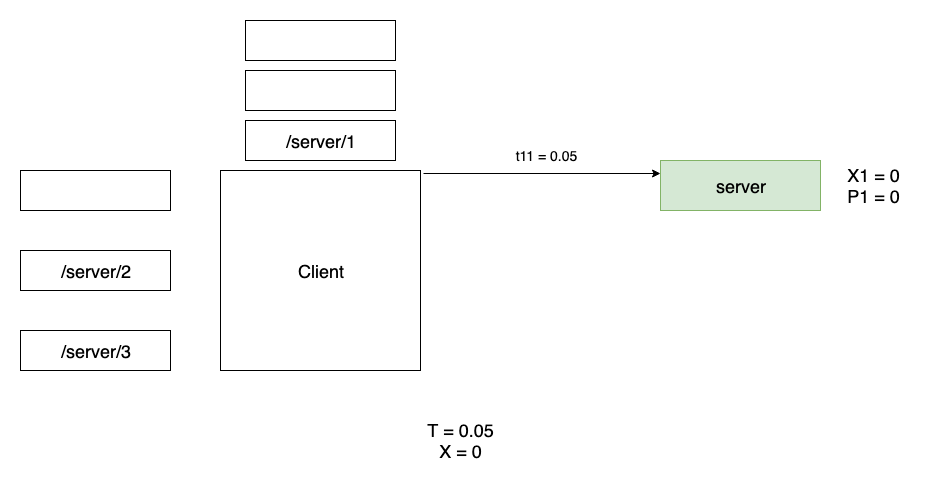
saurabh-hirani/slides keeps this draw.io diagram as decks/grequests-https-talk/images/python-grequests-flow-1.png. Above is the earlier version. Source tidied: cells renumbered, new cells last; positions are measured from the earlier drawing's top-left corner, leaving out a move shared by most shapes. The source it was exported from:
```xml
<mxGraphModel>
  <root>
    <mxCell id="0" />
    <mxCell id="1" parent="0" />
    <mxCell id="2" style="rounded=0;whiteSpace=wrap;html=1;" parent="1" vertex="1">
      <mxGeometry y="150" width="150" height="40" as="geometry" />
    </mxCell>
    <mxCell id="3" value="&lt;span style=&quot;white-space: normal&quot;&gt;&lt;font style=&quot;font-size: 18px&quot;&gt;/server/2&lt;/font&gt;&lt;/span&gt;" style="rounded=0;whiteSpace=wrap;html=1;" parent="1" vertex="1">
      <mxGeometry y="230" width="150" height="40" as="geometry" />
    </mxCell>
    <mxCell id="4" value="&lt;span style=&quot;white-space: normal&quot;&gt;&lt;font style=&quot;font-size: 18px&quot;&gt;/server/3&lt;/font&gt;&lt;/span&gt;" style="rounded=0;whiteSpace=wrap;html=1;" parent="1" vertex="1">
      <mxGeometry y="310" width="150" height="40" as="geometry" />
    </mxCell>
    <mxCell id="5" value="&lt;font style=&quot;font-size: 18px&quot;&gt;Client&lt;/font&gt;" style="whiteSpace=wrap;html=1;" parent="1" vertex="1">
      <mxGeometry x="200" y="150" width="200" height="200" as="geometry" />
    </mxCell>
    <mxCell id="6" style="edgeStyle=orthogonalEdgeStyle;rounded=0;jettySize=auto;html=1;exitX=1.015;exitY=0.015;exitDx=0;exitDy=0;entryX=0;entryY=0.25;entryDx=0;entryDy=0;exitPerimeter=0;" parent="1" edge="1" source="5" target="7">
      <mxGeometry relative="1" as="geometry" />
    </mxCell>
    <mxCell id="7" value="&lt;span style=&quot;white-space: normal&quot;&gt;&lt;font style=&quot;font-size: 18px&quot;&gt;server&lt;br&gt;&lt;/font&gt;&lt;/span&gt;" style="rounded=0;whiteSpace=wrap;html=1;fillColor=#d5e8d4;strokeColor=#82b366;" parent="1" vertex="1">
      <mxGeometry x="640" y="140" width="160" height="50" as="geometry" />
    </mxCell>
    <object id="8" label="&lt;font style=&quot;font-size: 18px&quot;&gt;T = 0.05&lt;br&gt;X = 0&lt;br&gt;&lt;/font&gt;" name="Variable" placeholders="1">
      <mxCell style="text;html=1;strokeColor=none;fillColor=none;align=center;verticalAlign=middle;whiteSpace=wrap;overflow=hidden;" parent="1" vertex="1">
        <mxGeometry y="390" width="880" height="60" as="geometry" />
      </mxCell>
    </object>
    <mxCell id="9" value="&lt;span style=&quot;font-size: 18px ; white-space: normal&quot;&gt;/server/1&lt;/span&gt;" style="rounded=0;whiteSpace=wrap;html=1;" parent="1" vertex="1">
      <mxGeometry x="225" y="100" width="150" height="40" as="geometry" />
    </mxCell>
    <mxCell id="10" style="rounded=0;whiteSpace=wrap;html=1;" parent="1" vertex="1">
      <mxGeometry x="225" y="50" width="150" height="40" as="geometry" />
    </mxCell>
    <mxCell id="11" style="rounded=0;whiteSpace=wrap;html=1;" parent="1" vertex="1">
      <mxGeometry x="225" width="150" height="40" as="geometry" />
    </mxCell>
    <object id="12" label="&lt;font style=&quot;font-size: 14px&quot;&gt;t11 = 0.05&lt;br&gt;&lt;/font&gt;" name="Variable" placeholders="1">
      <mxCell style="text;html=1;strokeColor=none;fillColor=none;align=center;verticalAlign=middle;whiteSpace=wrap;overflow=hidden;" parent="1" vertex="1">
        <mxGeometry x="480" y="120" width="90" height="30" as="geometry" />
      </mxCell>
    </object>
    <object id="13" label="&lt;font style=&quot;font-size: 18px&quot;&gt;X1 = 0&lt;br&gt;P1 = 0&lt;/font&gt;" name="Variable" placeholders="1">
      <mxCell style="text;html=1;strokeColor=none;fillColor=none;align=center;verticalAlign=middle;whiteSpace=wrap;overflow=hidden;" parent="1" vertex="1">
        <mxGeometry x="806" y="140" width="94" height="50" as="geometry" />
      </mxCell>
    </object>
  </root>
</mxGraphModel>
```
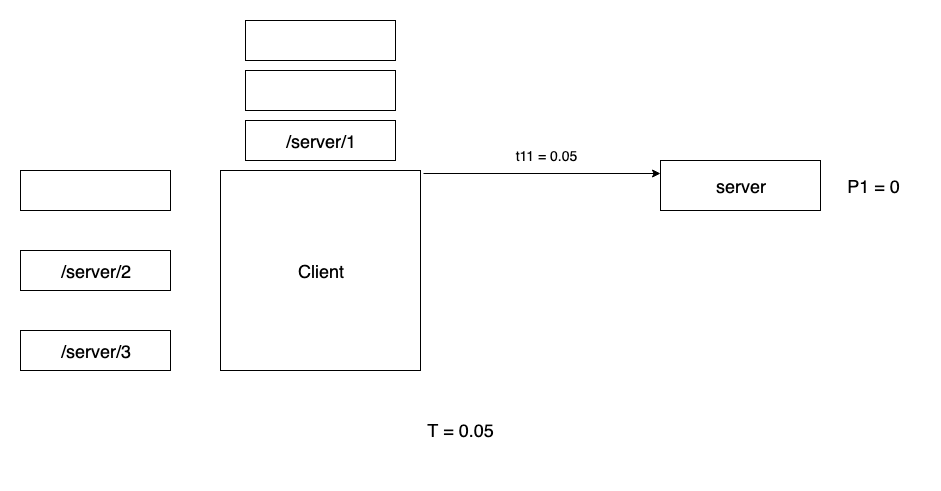
After the change.

The edit, as a diff of the source:
```diff
@@ -17,10 +17,10 @@
     <mxCell id="6" style="edgeStyle=orthogonalEdgeStyle;rounded=0;jettySize=auto;html=1;exitX=1.015;exitY=0.015;exitDx=0;exitDy=0;entryX=0;entryY=0.25;entryDx=0;entryDy=0;exitPerimeter=0;" parent="1" edge="1" source="5" target="7">
       <mxGeometry relative="1" as="geometry" />
     </mxCell>
-    <mxCell id="7" value="&lt;span style=&quot;white-space: normal&quot;&gt;&lt;font style=&quot;font-size: 18px&quot;&gt;server&lt;br&gt;&lt;/font&gt;&lt;/span&gt;" style="rounded=0;whiteSpace=wrap;html=1;fillColor=#d5e8d4;strokeColor=#82b366;" parent="1" vertex="1">
+    <mxCell id="7" value="&lt;span style=&quot;white-space: normal&quot;&gt;&lt;font style=&quot;font-size: 18px&quot;&gt;server&lt;br&gt;&lt;/font&gt;&lt;/span&gt;" style="rounded=0;whiteSpace=wrap;html=1;" parent="1" vertex="1">
       <mxGeometry x="640" y="140" width="160" height="50" as="geometry" />
     </mxCell>
-    <object id="8" label="&lt;font style=&quot;font-size: 18px&quot;&gt;T = 0.05&lt;br&gt;X = 0&lt;br&gt;&lt;/font&gt;" name="Variable" placeholders="1">
+    <object id="8" label="&lt;font style=&quot;font-size: 18px&quot;&gt;T = 0.05&lt;br&gt;&lt;br&gt;&lt;/font&gt;" name="Variable" placeholders="1">
       <mxCell style="text;html=1;strokeColor=none;fillColor=none;align=center;verticalAlign=middle;whiteSpace=wrap;overflow=hidden;" parent="1" vertex="1">
         <mxGeometry y="390" width="880" height="60" as="geometry" />
       </mxCell>
@@ -39,7 +39,7 @@
         <mxGeometry x="480" y="120" width="90" height="30" as="geometry" />
       </mxCell>
     </object>
-    <object id="13" label="&lt;font style=&quot;font-size: 18px&quot;&gt;X1 = 0&lt;br&gt;P1 = 0&lt;/font&gt;" name="Variable" placeholders="1">
+    <object id="13" label="&lt;font style=&quot;font-size: 18px&quot;&gt;P1 = 0&lt;/font&gt;" name="Variable" placeholders="1">
       <mxCell style="text;html=1;strokeColor=none;fillColor=none;align=center;verticalAlign=middle;whiteSpace=wrap;overflow=hidden;" parent="1" vertex="1">
         <mxGeometry x="806" y="140" width="94" height="50" as="geometry" />
       </mxCell>
```
